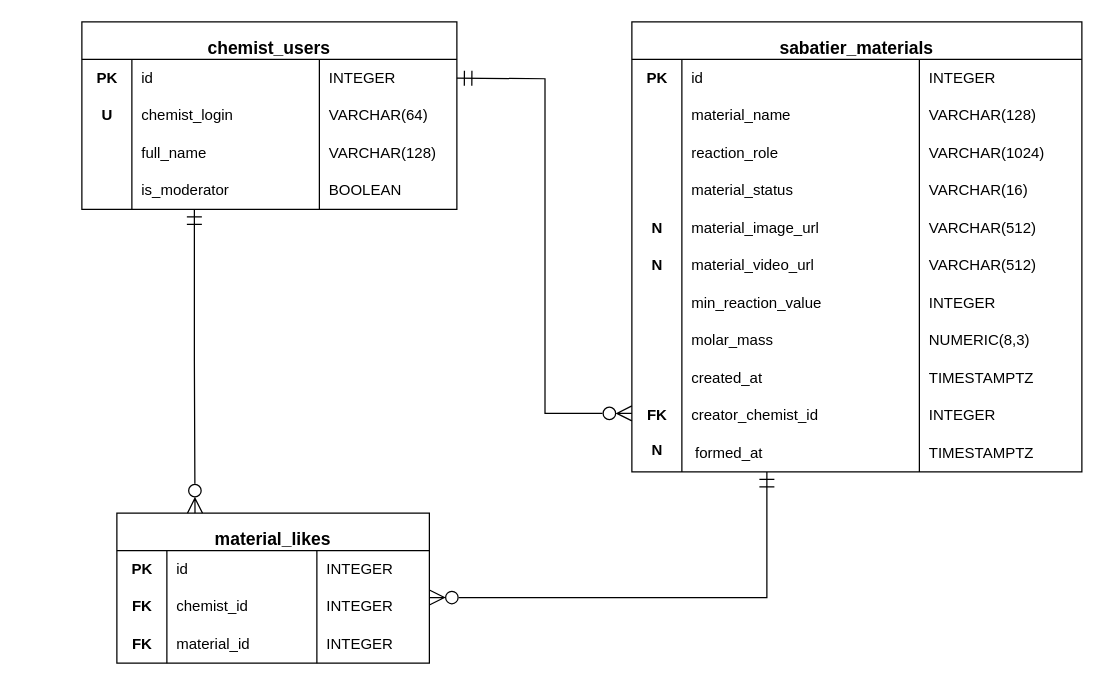
Above: sabatier_er_diagram.drawio in kr1speer/Synthesis-Sabatie-backend (draw.io), before the change. Source tidied: cells renumbered, new cells numbered last; positions are measured from the earlier drawing's top-left corner, leaving out a move shared by most shapes. Both pictures are drawn from the tidied source at 125%, with x=0, y=0 at pixel (81, 21).
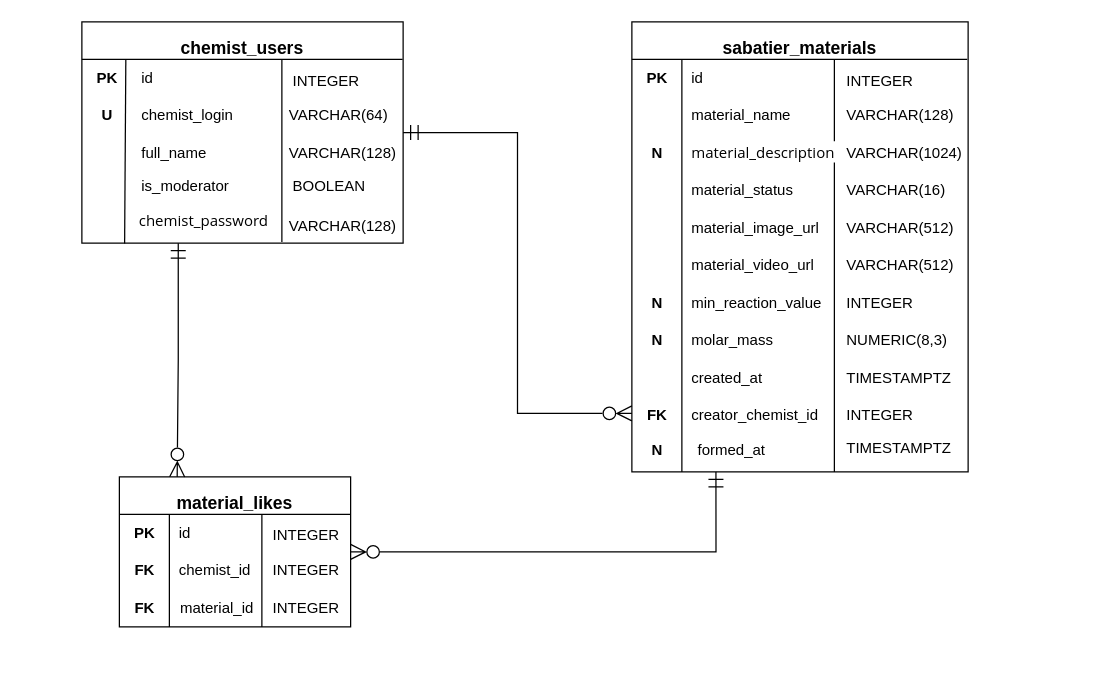
The same page after the edit.

The change refers to these unchanged cells:
```xml
<mxCell id="6" value="PK" style="text;html=1;align=center;verticalAlign=middle;fontSize=12;spacingLeft=6;spacingRight=6;fontStyle=1;" parent="1" vertex="1">
  <mxGeometry y="30" width="40" height="30" as="geometry" />
</mxCell>
```

The edit, as a diff of the source:
```diff
@@
     <mxCell id="2" value="chemist_users" style="rounded=0;whiteSpace=wrap;html=1;fillColor=#ffffff;strokeColor=#000000;verticalAlign=top;align=center;fontSize=14;spacingTop=6;arcSize=0;fontStyle=1;" parent="1" vertex="1">
-      <mxGeometry width="300" height="150" as="geometry" />
+      <mxGeometry width="257" height="177" as="geometry" />
     </mxCell>
     <mxCell id="3" style="endArrow=none;html=1;strokeColor=#000000;rounded=0;" parent="1" edge="1">
       <mxGeometry relative="1" as="geometry">
         <mxPoint y="30" as="sourcePoint" />
-        <mxPoint x="300" y="30" as="targetPoint" />
+        <mxPoint x="256.6" y="30" as="targetPoint" />
       </mxGeometry>
     </mxCell>
-    <mxCell id="4" style="endArrow=none;html=1;strokeColor=#000000;rounded=0;" parent="1" edge="1">
+    <mxCell id="4" style="endArrow=none;html=1;strokeColor=#000000;rounded=0;exitX=0.879;exitY=-0.006;exitDx=0;exitDy=0;exitPerimeter=0;" parent="1" edge="1" source="6">
       <mxGeometry relative="1" as="geometry">
-        <mxPoint x="40" y="30" as="sourcePoint" />
-        <mxPoint x="40" y="150" as="targetPoint" />
+        <mxPoint x="34.2" y="177.3" as="targetPoint" />
       </mxGeometry>
     </mxCell>
-    <mxCell id="5" style="endArrow=none;html=1;strokeColor=#000000;rounded=0;" parent="1" edge="1">
-      <mxGeometry relative="1" as="geometry">
-        <mxPoint x="190" y="30" as="sourcePoint" />
-        <mxPoint x="190" y="150" as="targetPoint" />
-      </mxGeometry>
-    </mxCell>
@@
     <mxCell id="8" value="INTEGER" style="text;html=1;align=left;verticalAlign=middle;fontSize=12;spacingLeft=6;spacingRight=6;" parent="1" vertex="1">
-      <mxGeometry x="190" y="30" width="110" height="30" as="geometry" />
+      <mxGeometry x="161" y="33" width="110" height="30" as="geometry" />
     </mxCell>
@@
     <mxCell id="11" value="VARCHAR(64)" style="text;html=1;align=left;verticalAlign=middle;fontSize=12;spacingLeft=6;spacingRight=6;" parent="1" vertex="1">
-      <mxGeometry x="190" y="60" width="110" height="30" as="geometry" />
+      <mxGeometry x="158" y="60" width="110" height="30" as="geometry" />
     </mxCell>
@@
     <mxCell id="14" value="VARCHAR(128)" style="text;html=1;align=left;verticalAlign=middle;fontSize=12;spacingLeft=6;spacingRight=6;" parent="1" vertex="1">
-      <mxGeometry x="190" y="90" width="110" height="30" as="geometry" />
+      <mxGeometry x="158" y="90" width="110" height="30" as="geometry" />
     </mxCell>
     <mxCell id="15" style="text;html=1;align=center;verticalAlign=middle;fontSize=12;spacingLeft=6;spacingRight=6;fontStyle=1;" parent="1" vertex="1">
-      <mxGeometry y="120" width="40" height="30" as="geometry" />
+      <mxGeometry x="-48" y="117" width="40" height="30" as="geometry" />
     </mxCell>
     <mxCell id="16" value="is_moderator" style="text;html=1;align=left;verticalAlign=middle;fontSize=12;spacingLeft=6;spacingRight=6;" parent="1" vertex="1">
-      <mxGeometry x="40" y="120" width="150" height="30" as="geometry" />
+      <mxGeometry x="40" y="117" width="150" height="30" as="geometry" />
     </mxCell>
     <mxCell id="17" value="BOOLEAN" style="text;html=1;align=left;verticalAlign=middle;fontSize=12;spacingLeft=6;spacingRight=6;" parent="1" vertex="1">
-      <mxGeometry x="190" y="120" width="110" height="30" as="geometry" />
+      <mxGeometry x="161" y="117" width="110" height="30" as="geometry" />
     </mxCell>
     <mxCell id="18" value="sabatier_materials" style="rounded=0;whiteSpace=wrap;html=1;fillColor=#ffffff;strokeColor=#000000;verticalAlign=top;align=center;fontSize=14;spacingTop=6;arcSize=0;fontStyle=1;" parent="1" vertex="1">
-      <mxGeometry x="440" width="360" height="360" as="geometry" />
+      <mxGeometry x="440" width="269" height="360" as="geometry" />
     </mxCell>
     <mxCell id="19" style="endArrow=none;html=1;strokeColor=#000000;rounded=0;" parent="1" edge="1">
       <mxGeometry relative="1" as="geometry">
         <mxPoint x="440" y="30" as="sourcePoint" />
-        <mxPoint x="800" y="30" as="targetPoint" />
+        <mxPoint x="708.3" y="30" as="targetPoint" />
       </mxGeometry>
     </mxCell>
@@
     <mxCell id="21" style="endArrow=none;html=1;strokeColor=#000000;rounded=0;" parent="1" edge="1">
       <mxGeometry relative="1" as="geometry">
-        <mxPoint x="670" y="30" as="sourcePoint" />
-        <mxPoint x="670" y="360" as="targetPoint" />
+        <mxPoint x="602" y="30" as="sourcePoint" />
+        <mxPoint x="602" y="360" as="targetPoint" />
       </mxGeometry>
     </mxCell>
@@
     <mxCell id="24" value="INTEGER" style="text;html=1;align=left;verticalAlign=middle;fontSize=12;spacingLeft=6;spacingRight=6;" parent="1" vertex="1">
-      <mxGeometry x="670" y="30" width="130" height="30" as="geometry" />
+      <mxGeometry x="604" y="33" width="130" height="30" as="geometry" />
     </mxCell>
@@
     <mxCell id="27" value="VARCHAR(128)" style="text;html=1;align=left;verticalAlign=middle;fontSize=12;spacingLeft=6;spacingRight=6;" parent="1" vertex="1">
-      <mxGeometry x="670" y="60" width="130" height="30" as="geometry" />
+      <mxGeometry x="604" y="60" width="130" height="30" as="geometry" />
     </mxCell>
-    <mxCell id="28" value="reaction_role" style="text;html=1;align=left;verticalAlign=middle;fontSize=12;spacingLeft=6;spacingRight=6;" parent="1" vertex="1">
+    <mxCell id="28" value="&lt;span style=&quot;caret-color: rgb(52, 86, 124); font-family: &amp;quot;Segoe UI&amp;quot;, Arial, sans-serif; white-space: pre; background-color: rgb(255, 255, 255); color: rgb(0, 0, 0);&quot;&gt;&lt;font&gt;material_description&lt;/font&gt;&lt;/span&gt;" style="text;html=1;align=left;verticalAlign=middle;fontSize=12;spacingLeft=6;spacingRight=6;" parent="1" vertex="1">
       <mxGeometry x="480" y="90" width="190" height="30" as="geometry" />
     </mxCell>
     <mxCell id="29" value="VARCHAR(1024)" style="text;html=1;align=left;verticalAlign=middle;fontSize=12;spacingLeft=6;spacingRight=6;" parent="1" vertex="1">
-      <mxGeometry x="670" y="90" width="130" height="30" as="geometry" />
+      <mxGeometry x="604" y="90" width="130" height="30" as="geometry" />
     </mxCell>
@@
     <mxCell id="32" value="VARCHAR(16)" style="text;html=1;align=left;verticalAlign=middle;fontSize=12;spacingLeft=6;spacingRight=6;" parent="1" vertex="1">
-      <mxGeometry x="670" y="120" width="130" height="30" as="geometry" />
+      <mxGeometry x="604" y="120" width="130" height="30" as="geometry" />
     </mxCell>
     <mxCell id="33" value="N" style="text;html=1;align=center;verticalAlign=middle;fontSize=12;spacingLeft=6;spacingRight=6;fontStyle=1;" parent="1" vertex="1">
-      <mxGeometry x="440" y="150" width="40" height="30" as="geometry" />
+      <mxGeometry x="440" y="90" width="40" height="30" as="geometry" />
     </mxCell>
@@
     <mxCell id="35" value="VARCHAR(512)" style="text;html=1;align=left;verticalAlign=middle;fontSize=12;spacingLeft=6;spacingRight=6;" parent="1" vertex="1">
-      <mxGeometry x="670" y="150" width="130" height="30" as="geometry" />
+      <mxGeometry x="604" y="150" width="130" height="30" as="geometry" />
     </mxCell>
     <mxCell id="36" value="N" style="text;html=1;align=center;verticalAlign=middle;fontSize=12;spacingLeft=6;spacingRight=6;fontStyle=1;" parent="1" vertex="1">
-      <mxGeometry x="440" y="180" width="40" height="30" as="geometry" />
+      <mxGeometry x="440" y="210" width="40" height="30" as="geometry" />
     </mxCell>
@@
     <mxCell id="38" value="VARCHAR(512)" style="text;html=1;align=left;verticalAlign=middle;fontSize=12;spacingLeft=6;spacingRight=6;" parent="1" vertex="1">
-      <mxGeometry x="670" y="180" width="130" height="30" as="geometry" />
+      <mxGeometry x="604" y="180" width="130" height="30" as="geometry" />
     </mxCell>
@@
     <mxCell id="40" value="INTEGER" style="text;html=1;align=left;verticalAlign=middle;fontSize=12;spacingLeft=6;spacingRight=6;" parent="1" vertex="1">
-      <mxGeometry x="670" y="210" width="130" height="30" as="geometry" />
+      <mxGeometry x="604" y="210" width="130" height="30" as="geometry" />
     </mxCell>
@@
     <mxCell id="42" value="NUMERIC(8,3)" style="text;html=1;align=left;verticalAlign=middle;fontSize=12;spacingLeft=6;spacingRight=6;" parent="1" vertex="1">
-      <mxGeometry x="670" y="240" width="130" height="30" as="geometry" />
+      <mxGeometry x="604" y="240" width="130" height="30" as="geometry" />
     </mxCell>
@@
     <mxCell id="45" value="TIMESTAMPTZ" style="text;html=1;align=left;verticalAlign=middle;fontSize=12;spacingLeft=6;spacingRight=6;" parent="1" vertex="1">
-      <mxGeometry x="670" y="270" width="130" height="30" as="geometry" />
+      <mxGeometry x="604" y="270" width="130" height="30" as="geometry" />
     </mxCell>
@@
     <mxCell id="48" value="INTEGER" style="text;html=1;align=left;verticalAlign=middle;fontSize=12;spacingLeft=6;spacingRight=6;" parent="1" vertex="1">
-      <mxGeometry x="670" y="300" width="130" height="30" as="geometry" />
+      <mxGeometry x="604" y="300" width="130" height="30" as="geometry" />
     </mxCell>
     <mxCell id="49" value="formed_at" style="text;html=1;align=left;verticalAlign=middle;fontSize=12;spacingLeft=6;spacingRight=6;" parent="1" vertex="1">
-      <mxGeometry x="483" y="330" width="190" height="30" as="geometry" />
+      <mxGeometry x="485" y="328" width="190" height="30" as="geometry" />
     </mxCell>
     <mxCell id="50" value="TIMESTAMPTZ" style="text;html=1;align=left;verticalAlign=middle;fontSize=12;spacingLeft=6;spacingRight=6;" parent="1" vertex="1">
-      <mxGeometry x="670" y="330" width="130" height="30" as="geometry" />
+      <mxGeometry x="604" y="326" width="130" height="30" as="geometry" />
     </mxCell>
     <mxCell id="51" value="material_likes" style="rounded=0;whiteSpace=wrap;html=1;fillColor=#ffffff;strokeColor=#000000;verticalAlign=top;align=center;fontSize=14;spacingTop=6;arcSize=0;fontStyle=1;" parent="1" vertex="1">
-      <mxGeometry x="28" y="393" width="250" height="120" as="geometry" />
+      <mxGeometry x="30" y="364" width="185" height="120" as="geometry" />
     </mxCell>
-    <mxCell id="52" style="endArrow=none;html=1;strokeColor=#000000;rounded=0;" parent="1" edge="1">
+    <mxCell id="52" style="endArrow=none;html=1;strokeColor=#000000;rounded=0;entryX=1;entryY=0.25;entryDx=0;entryDy=0;" parent="1" edge="1" target="51">
       <mxGeometry relative="1" as="geometry">
-        <mxPoint x="28" y="423" as="sourcePoint" />
-        <mxPoint x="278" y="423" as="targetPoint" />
+        <mxPoint x="30" y="394" as="sourcePoint" />
       </mxGeometry>
     </mxCell>
     <mxCell id="53" style="endArrow=none;html=1;strokeColor=#000000;rounded=0;" parent="1" edge="1">
       <mxGeometry relative="1" as="geometry">
-        <mxPoint x="68" y="423" as="sourcePoint" />
-        <mxPoint x="68" y="513" as="targetPoint" />
+        <mxPoint x="70" y="394" as="sourcePoint" />
+        <mxPoint x="70" y="484" as="targetPoint" />
       </mxGeometry>
     </mxCell>
     <mxCell id="54" style="endArrow=none;html=1;strokeColor=#000000;rounded=0;" parent="1" edge="1">
       <mxGeometry relative="1" as="geometry">
-        <mxPoint x="188" y="423" as="sourcePoint" />
-        <mxPoint x="188" y="513" as="targetPoint" />
+        <mxPoint x="144" y="394" as="sourcePoint" />
+        <mxPoint x="144" y="484" as="targetPoint" />
       </mxGeometry>
     </mxCell>
     <mxCell id="55" value="PK" style="text;html=1;align=center;verticalAlign=middle;fontSize=12;spacingLeft=6;spacingRight=6;fontStyle=1;" parent="1" vertex="1">
-      <mxGeometry x="28" y="423" width="40" height="30" as="geometry" />
+      <mxGeometry x="30" y="394" width="40" height="30" as="geometry" />
     </mxCell>
     <mxCell id="56" value="id" style="text;html=1;align=left;verticalAlign=middle;fontSize=12;spacingLeft=6;spacingRight=6;" parent="1" vertex="1">
-      <mxGeometry x="68" y="423" width="120" height="30" as="geometry" />
+      <mxGeometry x="70" y="394" width="120" height="30" as="geometry" />
     </mxCell>
     <mxCell id="57" value="INTEGER" style="text;html=1;align=left;verticalAlign=middle;fontSize=12;spacingLeft=6;spacingRight=6;" parent="1" vertex="1">
-      <mxGeometry x="188" y="423" width="90" height="30" as="geometry" />
+      <mxGeometry x="145" y="396" width="90" height="30" as="geometry" />
     </mxCell>
     <mxCell id="58" value="FK" style="text;html=1;align=center;verticalAlign=middle;fontSize=12;spacingLeft=6;spacingRight=6;fontStyle=1;" parent="1" vertex="1">
-      <mxGeometry x="28" y="453" width="40" height="30" as="geometry" />
+      <mxGeometry x="30" y="424" width="40" height="30" as="geometry" />
     </mxCell>
     <mxCell id="59" value="chemist_id" style="text;html=1;align=left;verticalAlign=middle;fontSize=12;spacingLeft=6;spacingRight=6;" parent="1" vertex="1">
-      <mxGeometry x="68" y="453" width="120" height="30" as="geometry" />
+      <mxGeometry x="70" y="424" width="120" height="30" as="geometry" />
     </mxCell>
     <mxCell id="60" value="INTEGER" style="text;html=1;align=left;verticalAlign=middle;fontSize=12;spacingLeft=6;spacingRight=6;" parent="1" vertex="1">
-      <mxGeometry x="188" y="453" width="90" height="30" as="geometry" />
+      <mxGeometry x="145" y="424" width="90" height="30" as="geometry" />
     </mxCell>
     <mxCell id="61" value="FK" style="text;html=1;align=center;verticalAlign=middle;fontSize=12;spacingLeft=6;spacingRight=6;fontStyle=1;" parent="1" vertex="1">
-      <mxGeometry x="28" y="483" width="40" height="30" as="geometry" />
+      <mxGeometry x="30" y="454" width="40" height="30" as="geometry" />
     </mxCell>
     <mxCell id="62" value="material_id" style="text;html=1;align=left;verticalAlign=middle;fontSize=12;spacingLeft=6;spacingRight=6;" parent="1" vertex="1">
-      <mxGeometry x="68" y="483" width="120" height="30" as="geometry" />
+      <mxGeometry x="70.5" y="454" width="120" height="30" as="geometry" />
     </mxCell>
     <mxCell id="63" value="INTEGER" style="text;html=1;align=left;verticalAlign=middle;fontSize=12;spacingLeft=6;spacingRight=6;" parent="1" vertex="1">
-      <mxGeometry x="188" y="483" width="90" height="30" as="geometry" />
+      <mxGeometry x="145" y="454" width="90" height="30" as="geometry" />
     </mxCell>
-    <mxCell id="64" style="edgeStyle=orthogonalEdgeStyle;html=1;startArrow=ERmandOne;startFill=0;endArrow=ERzeroToMany;endFill=0;rounded=0;strokeColor=#000000;strokeWidth=1;entryX=0;entryY=0.87;entryDx=0;entryDy=0;startSize=10;endSize=10;" parent="1" edge="1" target="18">
-      <mxGeometry relative="1" as="geometry">
-        <mxPoint x="300" y="45" as="sourcePoint" />
-      </mxGeometry>
+    <mxCell id="64" style="edgeStyle=orthogonalEdgeStyle;html=1;startArrow=ERmandOne;startFill=0;endArrow=ERzeroToMany;endFill=0;rounded=0;strokeColor=#000000;strokeWidth=1;entryX=0;entryY=0.87;entryDx=0;entryDy=0;startSize=10;endSize=10;exitX=1;exitY=0.5;exitDx=0;exitDy=0;" parent="1" edge="1" source="2" target="18">
+      <mxGeometry relative="1" as="geometry" />
     </mxCell>
@@
-    <mxCell id="66" style="edgeStyle=orthogonalEdgeStyle;html=1;startArrow=ERmandOne;startFill=0;endArrow=ERzeroToMany;endFill=0;rounded=0;strokeColor=#000000;strokeWidth=1;exitX=0.3;exitY=1;exitDx=0;exitDy=0;endSize=10;startSize=10;entryX=1;entryY=0.25;entryDx=0;entryDy=0;" parent="1" edge="1" source="18" target="60">
+    <mxCell id="66" style="edgeStyle=orthogonalEdgeStyle;html=1;startArrow=ERmandOne;startFill=0;endArrow=ERzeroToMany;endFill=0;rounded=0;strokeColor=#000000;strokeWidth=1;exitX=0.25;exitY=1;exitDx=0;exitDy=0;endSize=10;startSize=10;entryX=1;entryY=0.5;entryDx=0;entryDy=0;" parent="1" edge="1" source="18" target="51">
       <mxGeometry relative="1" as="geometry" />
     </mxCell>
@@
+    <mxCell id="68" value="N" style="text;html=1;align=center;verticalAlign=middle;fontSize=12;spacingLeft=6;spacingRight=6;fontStyle=1;" parent="1" vertex="1">
+      <mxGeometry x="440" y="240" width="40" height="30" as="geometry" />
+    </mxCell>
+    <mxCell id="69" value="&lt;span style=&quot;caret-color: rgb(52, 86, 124); font-family: &amp;quot;Segoe UI&amp;quot;, Arial, sans-serif; white-space: pre; background-color: rgb(255, 255, 255); color: rgb(0, 0, 0);&quot;&gt;&lt;font&gt;chemist_password&lt;/font&gt;&lt;/span&gt;" style="text;html=1;align=left;verticalAlign=middle;fontSize=12;spacingLeft=6;spacingRight=6;" parent="1" vertex="1">
+      <mxGeometry x="38" y="145" width="150" height="30" as="geometry" />
+    </mxCell>
+    <mxCell id="70" style="endArrow=none;html=1;strokeColor=#000000;rounded=0;" parent="1" edge="1">
+      <mxGeometry relative="1" as="geometry">
+        <mxPoint x="160" y="30" as="sourcePoint" />
+        <mxPoint x="160" y="176" as="targetPoint" />
+      </mxGeometry>
+    </mxCell>
+    <mxCell id="71" value="&lt;span style=&quot;caret-color: rgb(0, 0, 0); color: rgb(0, 0, 0); font-family: Helvetica; font-size: 12px; font-style: normal; font-variant-caps: normal; font-weight: 400; letter-spacing: normal; text-align: left; text-indent: 0px; text-transform: none; white-space: nowrap; word-spacing: 0px; -webkit-text-stroke-width: 0px; text-decoration: none; float: none; display: inline !important;&quot;&gt;VARCHAR(128)&lt;/span&gt;" style="text;whiteSpace=wrap;html=1;" parent="1" vertex="1">
+      <mxGeometry x="164" y="150" width="114" height="36" as="geometry" />
+    </mxCell>
```
